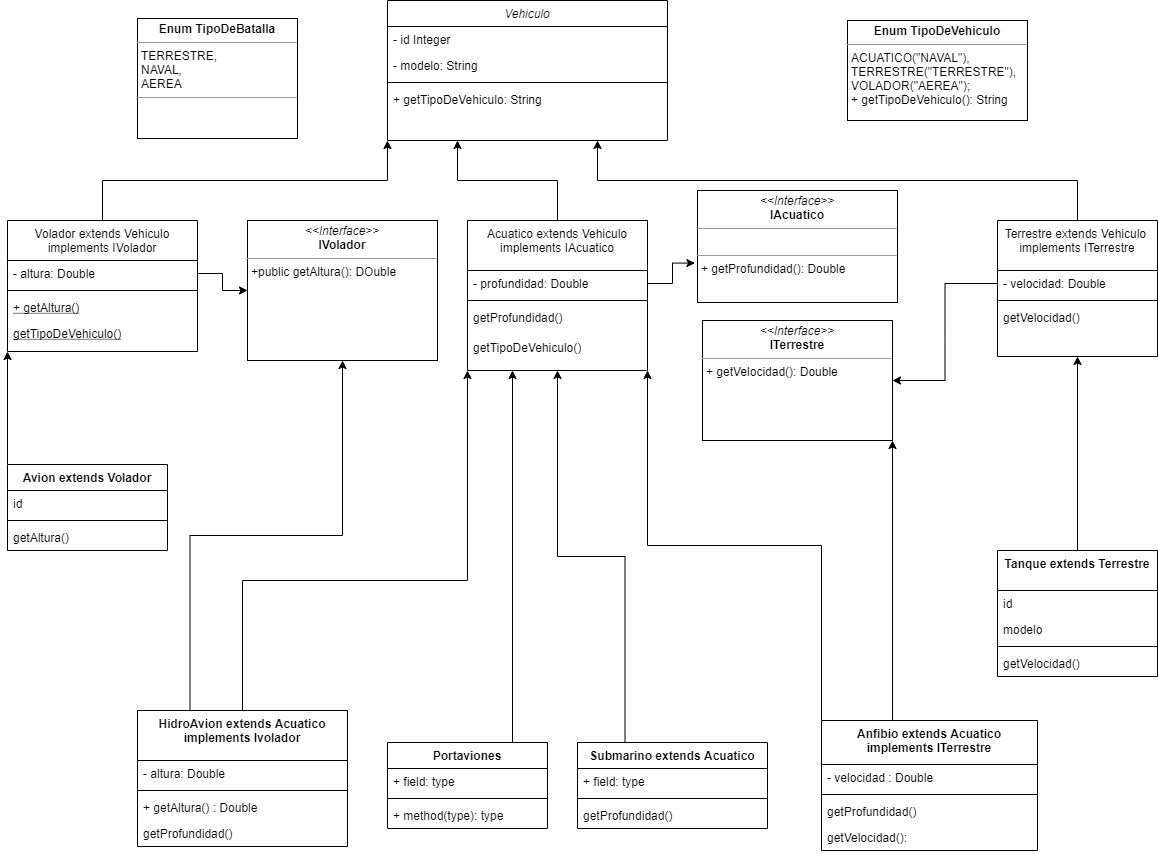
Earlier version of the draw.io export practicaParcial.png (CobyBoy/practicaParcial). Source tidied: cells renumbered, new cells last; positions are measured from the earlier drawing's top-left corner, leaving out a move shared by most shapes.
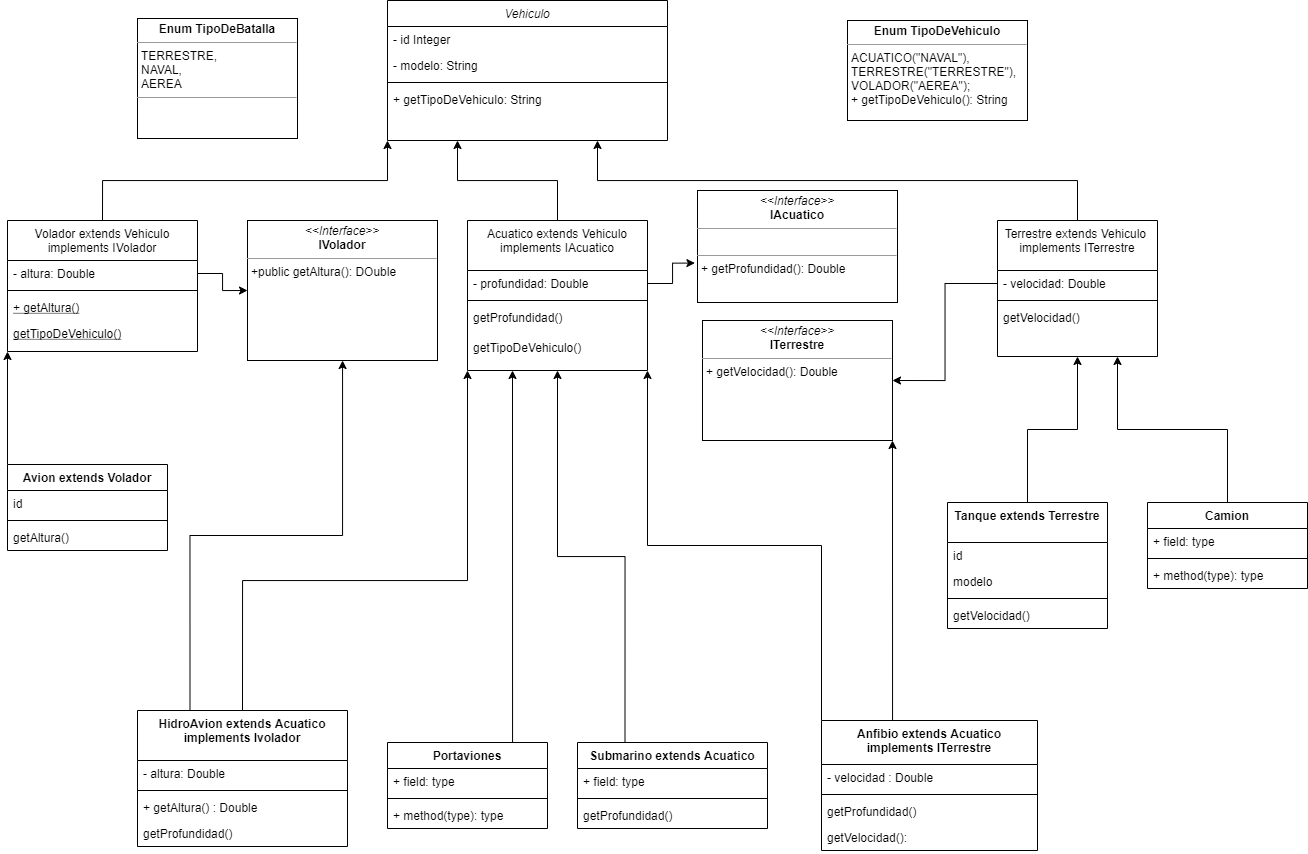
The same file after the commit.

Diff of the diagram source:
```diff
@@ -120,7 +120,7 @@
       <mxGeometry relative="1" as="geometry" />
     </mxCell>
     <mxCell id="38" value="Tanque extends Terrestre" style="swimlane;fontStyle=1;align=center;verticalAlign=top;horizontal=1;startSize=40;" parent="1" vertex="1">
-      <mxGeometry x="990" y="550" width="160" height="126" as="geometry" />
+      <mxGeometry x="940" y="502" width="160" height="126" as="geometry" />
     </mxCell>
     <mxCell id="39" value="id" style="text;strokeColor=none;fillColor=none;align=left;verticalAlign=top;spacingLeft=4;spacingRight=4;overflow=hidden;" parent="38" vertex="1">
       <mxGeometry y="40" width="160" height="26" as="geometry" />
@@ -210,5 +210,20 @@
     <mxCell id="66" value="getTipoDeVehiculo()" style="text;align=left;verticalAlign=top;spacingLeft=4;spacingRight=4;overflow=hidden;" parent="1" vertex="1">
       <mxGeometry x="460" y="334" width="180" height="26" as="geometry" />
     </mxCell>
+    <mxCell id="67" style="edgeStyle=orthogonalEdgeStyle;rounded=0;jettySize=auto;html=1;exitX=0.5;exitY=0;exitDx=0;exitDy=0;entryX=0.75;entryY=1;entryDx=0;entryDy=0;" parent="1" edge="1" source="68" target="14">
+      <mxGeometry relative="1" as="geometry" />
+    </mxCell>
+    <mxCell id="68" value="Camion" style="swimlane;fontStyle=1;align=center;verticalAlign=top;horizontal=1;startSize=26;" parent="1" vertex="1">
+      <mxGeometry x="1140" y="502" width="160" height="86" as="geometry" />
+    </mxCell>
+    <mxCell id="69" value="+ field: type" style="text;strokeColor=none;fillColor=none;align=left;verticalAlign=top;spacingLeft=4;spacingRight=4;overflow=hidden;" parent="68" vertex="1">
+      <mxGeometry y="26" width="160" height="26" as="geometry" />
+    </mxCell>
+    <mxCell id="70" style="line;strokeWidth=1;fillColor=none;align=left;verticalAlign=middle;spacingTop=-1;spacingLeft=3;spacingRight=3;labelPosition=right;" parent="68" vertex="1">
+      <mxGeometry y="52" width="160" height="8" as="geometry" />
+    </mxCell>
+    <mxCell id="71" value="+ method(type): type" style="text;strokeColor=none;fillColor=none;align=left;verticalAlign=top;spacingLeft=4;spacingRight=4;overflow=hidden;" parent="68" vertex="1">
+      <mxGeometry y="60" width="160" height="26" as="geometry" />
+    </mxCell>
   </root>
 </mxGraphModel>
```
